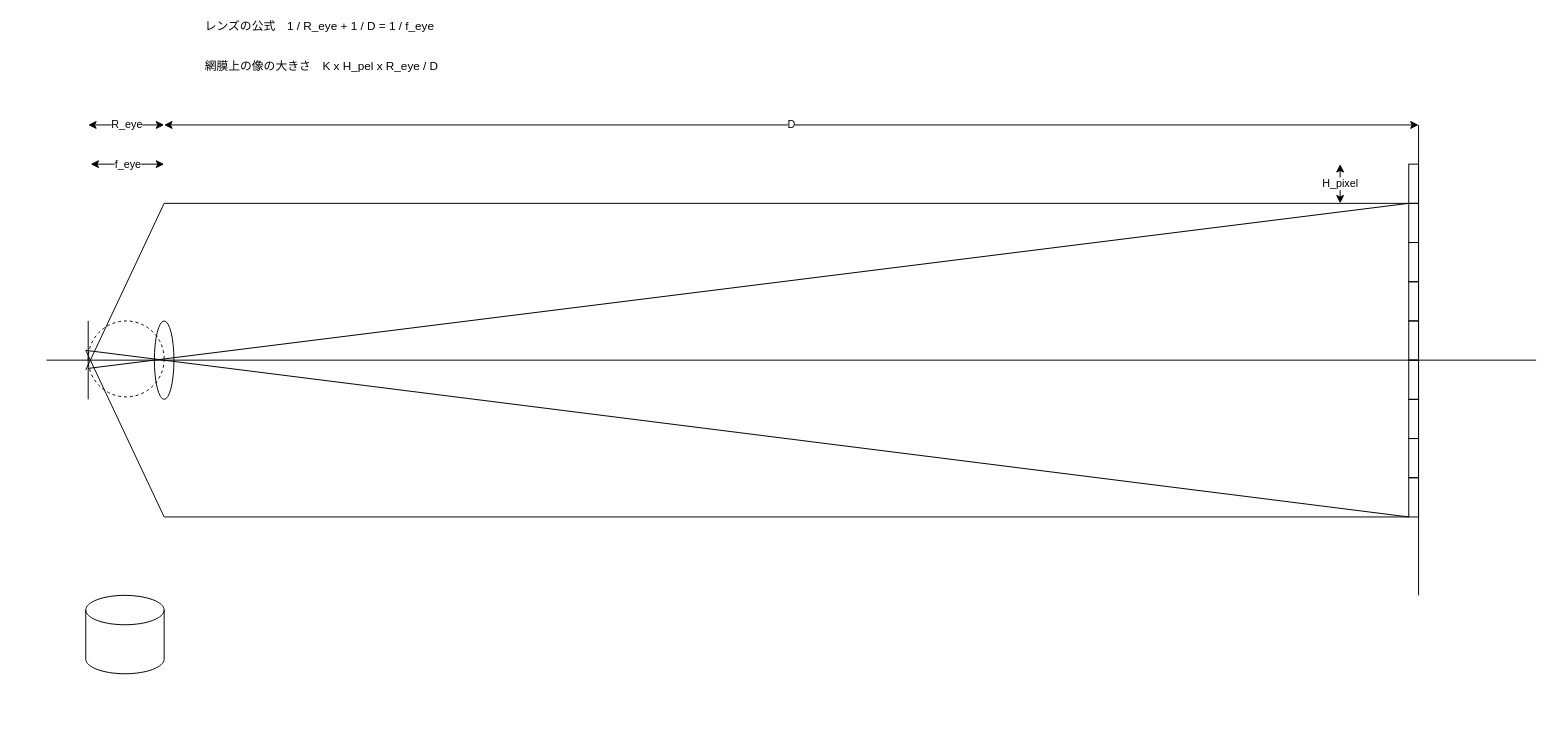
ctsutake/opt keeps this draw.io diagram as page "far" (2 of 3) of Untitled Diagram.drawio. Above is the earlier version. Source tidied: cells renumbered, new cells numbered last; positions are measured from the earlier drawing's top-left corner, leaving out a move shared by most shapes. Both pictures are drawn from the tidied source at 98%, with x=0, y=0 at pixel (46, 17).
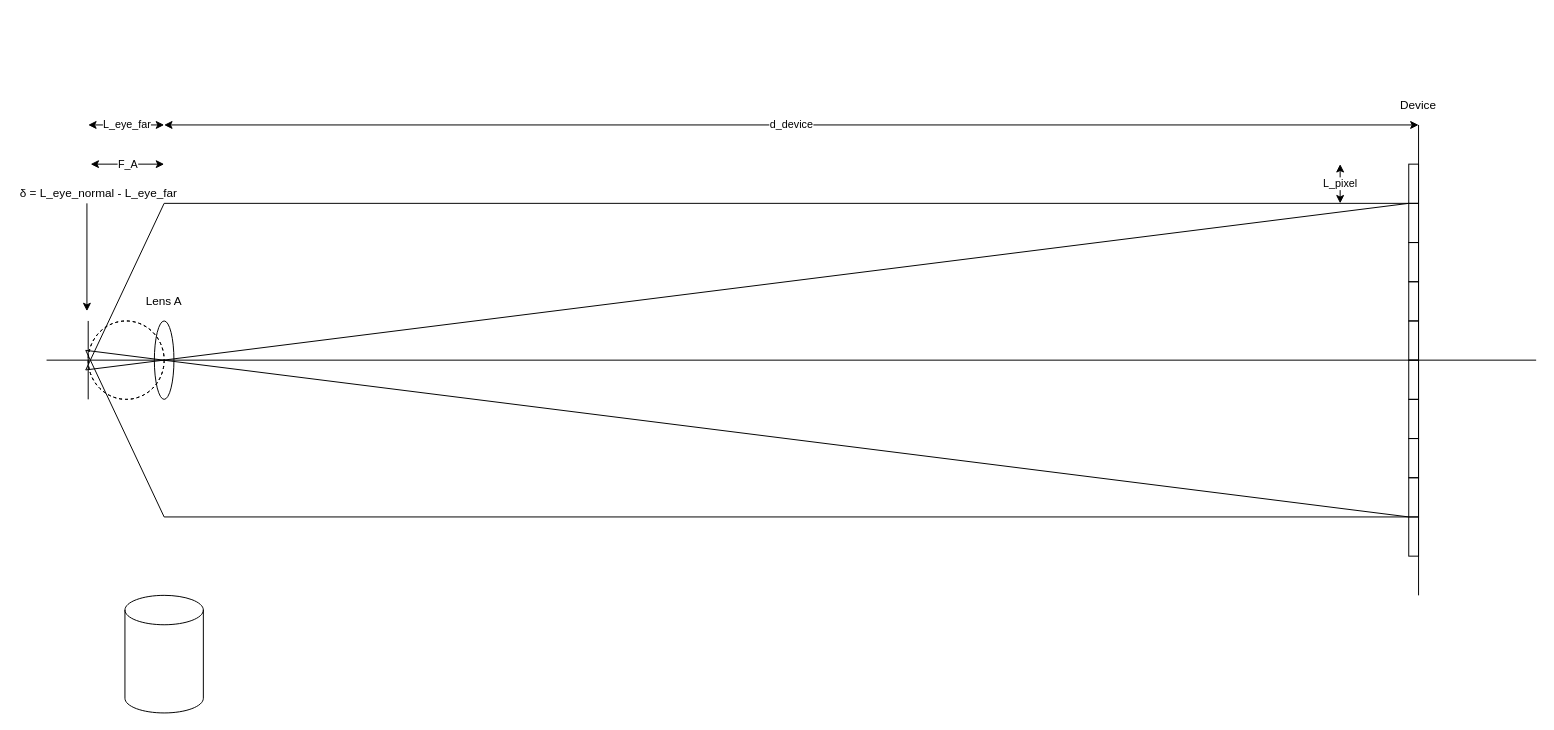
The same diagram, later.

Unchanged cells that the change refers to:
```xml
<mxCell id="11" style="rounded=0;whiteSpace=wrap;html=1;strokeWidth=1;fillColor=none;" parent="1" vertex="1">
  <mxGeometry x="1390" y="190" width="10" height="40" as="geometry" />
</mxCell>
```

What changed in the source:
```diff
@@
-    <mxCell id="4" value="D" style="endArrow=classic;startArrow=classic;html=1;strokeColor=#000000;strokeWidth=1;" parent="1" edge="1">
-      <mxGeometry relative="1" as="geometry">
-        <mxPoint x="120" y="110" as="sourcePoint" />
-        <mxPoint x="1400" y="110" as="targetPoint" />
-      </mxGeometry>
-    </mxCell>
-    <mxCell id="5" value="R_eye" style="endArrow=classic;startArrow=classic;html=1;strokeColor=#000000;strokeWidth=1;" parent="1" edge="1">
-      <mxGeometry relative="1" as="geometry">
-        <mxPoint x="42.5" y="110" as="sourcePoint" />
-        <mxPoint x="120" y="110" as="targetPoint" />
-      </mxGeometry>
-    </mxCell>
@@
-    <mxCell id="8" value="H_pixel" style="endArrow=classic;startArrow=classic;html=1;strokeColor=#000000;strokeWidth=1;" parent="1" edge="1">
-      <mxGeometry relative="1" as="geometry">
-        <mxPoint x="1320" y="190" as="sourcePoint" />
-        <mxPoint x="1320" y="150" as="targetPoint" />
-      </mxGeometry>
-    </mxCell>
@@
     <mxCell id="13" style="ellipse;whiteSpace=wrap;html=1;strokeWidth=1;fillColor=none;dashed=1;" parent="1" vertex="1">
-      <mxGeometry x="42.5" y="310" width="77.5" height="77.5" as="geometry" />
+      <mxGeometry x="42.5" y="310" width="77.5" height="80" as="geometry" />
     </mxCell>
-    <mxCell id="14" style="endArrow=none;html=1;strokeColor=#000000;strokeWidth=1;exitX=0;exitY=0.625;exitDx=0;exitDy=0;exitPerimeter=0;entryX=0;entryY=0;entryDx=0;entryDy=0;" parent="1" edge="1" source="13" target="11">
-      <mxGeometry relative="1" as="geometry" />
+    <mxCell id="14" style="endArrow=none;html=1;strokeColor=#000000;strokeWidth=1;entryX=0;entryY=0;entryDx=0;entryDy=0;" parent="1" edge="1" target="11">
+      <mxGeometry relative="1" as="geometry">
+        <mxPoint x="40" y="360" as="sourcePoint" />
+      </mxGeometry>
     </mxCell>
@@
-    <mxCell id="25" style="shape=cylinder3;whiteSpace=wrap;html=1;boundedLbl=1;backgroundOutline=1;size=15;strokeColor=#000000;" parent="1" vertex="1">
-      <mxGeometry x="40" y="590" width="80" height="80" as="geometry" />
-    </mxCell>
-    <mxCell id="26" value="レンズの公式　1 / R_eye + 1 / D = 1 / f_eye" style="text;html=1;strokeColor=none;fillColor=none;align=left;verticalAlign=middle;whiteSpace=wrap;rounded=0;" parent="1" vertex="1">
-      <mxGeometry x="160" width="280" height="20" as="geometry" />
-    </mxCell>
-    <mxCell id="27" value="網膜上の像の大きさ　K x H_pel x R_eye / D &amp;nbsp;" style="text;html=1;strokeColor=none;fillColor=none;align=left;verticalAlign=middle;whiteSpace=wrap;rounded=0;" parent="1" vertex="1">
-      <mxGeometry x="160" y="40" width="280" height="20" as="geometry" />
-    </mxCell>
-    <mxCell id="28" value="f_eye" style="endArrow=classic;startArrow=classic;html=1;strokeColor=#000000;strokeWidth=1;startFill=1;targetPerimeterSpacing=0;" parent="1" edge="1">
-      <mxGeometry relative="1" as="geometry">
-        <mxPoint x="45" y="150" as="sourcePoint" />
-        <mxPoint x="120" y="150" as="targetPoint" />
-      </mxGeometry>
-    </mxCell>
+    <mxCell id="29" value="d_device" style="endArrow=classic;startArrow=classic;html=1;strokeColor=#000000;strokeWidth=1;" parent="1" edge="1">
+      <mxGeometry relative="1" as="geometry">
+        <mxPoint x="120" y="110" as="sourcePoint" />
+        <mxPoint x="1400" y="110" as="targetPoint" />
+      </mxGeometry>
+    </mxCell>
+    <mxCell id="30" value="L_eye_far" style="endArrow=classic;startArrow=classic;html=1;strokeColor=#000000;strokeWidth=1;" parent="1" edge="1">
+      <mxGeometry relative="1" as="geometry">
+        <mxPoint x="42.5" y="110" as="sourcePoint" />
+        <mxPoint x="120" y="110" as="targetPoint" />
+      </mxGeometry>
+    </mxCell>
+    <mxCell id="31" value="F_A" style="endArrow=classic;startArrow=classic;html=1;strokeColor=#000000;strokeWidth=1;startFill=1;targetPerimeterSpacing=0;" parent="1" edge="1">
+      <mxGeometry relative="1" as="geometry">
+        <mxPoint x="45" y="150" as="sourcePoint" />
+        <mxPoint x="120" y="150" as="targetPoint" />
+      </mxGeometry>
+    </mxCell>
+    <mxCell id="32" value="Device" style="text;html=1;strokeColor=none;fillColor=none;align=center;verticalAlign=middle;whiteSpace=wrap;rounded=0;" parent="1" vertex="1">
+      <mxGeometry x="1380" y="80" width="40" height="20" as="geometry" />
+    </mxCell>
+    <mxCell id="33" value="L_pixel" style="endArrow=classic;startArrow=classic;html=1;strokeColor=#000000;strokeWidth=1;" parent="1" edge="1">
+      <mxGeometry relative="1" as="geometry">
+        <mxPoint x="1320" y="190" as="sourcePoint" />
+        <mxPoint x="1320" y="150" as="targetPoint" />
+      </mxGeometry>
+    </mxCell>
+    <mxCell id="34" style="rounded=0;whiteSpace=wrap;html=1;strokeWidth=1;fillColor=none;" parent="1" vertex="1">
+      <mxGeometry x="1390" y="510" width="10" height="40" as="geometry" />
+    </mxCell>
+    <mxCell id="35" style="shape=cylinder3;whiteSpace=wrap;html=1;boundedLbl=1;backgroundOutline=1;size=15;strokeColor=#000000;fillColor=#ffffff;align=left;" parent="1" vertex="1">
+      <mxGeometry x="80" y="590" width="80" height="120" as="geometry" />
+    </mxCell>
+    <mxCell id="36" style="ellipse;whiteSpace=wrap;html=1;strokeWidth=1;fillColor=none;dashed=1;" parent="1" vertex="1">
+      <mxGeometry x="42.5" y="310" width="77.5" height="80" as="geometry" />
+    </mxCell>
+    <mxCell id="37" style="endArrow=classic;startArrow=none;html=1;strokeColor=#000000;startFill=0;" parent="1" edge="1">
+      <mxGeometry relative="1" as="geometry">
+        <mxPoint x="41.2" y="190" as="sourcePoint" />
+        <mxPoint x="41.2" y="300" as="targetPoint" />
+      </mxGeometry>
+    </mxCell>
+    <mxCell id="38" value="Lens A" style="text;html=1;strokeColor=none;fillColor=none;align=center;verticalAlign=middle;whiteSpace=wrap;rounded=0;" parent="1" vertex="1">
+      <mxGeometry x="100" y="280" width="40" height="20" as="geometry" />
+    </mxCell>
+    <mxCell id="39" value="δ = L_eye_normal - L_eye_far&amp;nbsp;" style="text;html=1;strokeColor=none;fillColor=none;align=center;verticalAlign=middle;whiteSpace=wrap;rounded=0;" parent="1" vertex="1">
+      <mxGeometry x="-30" y="170" width="170" height="20" as="geometry" />
+    </mxCell>
```
